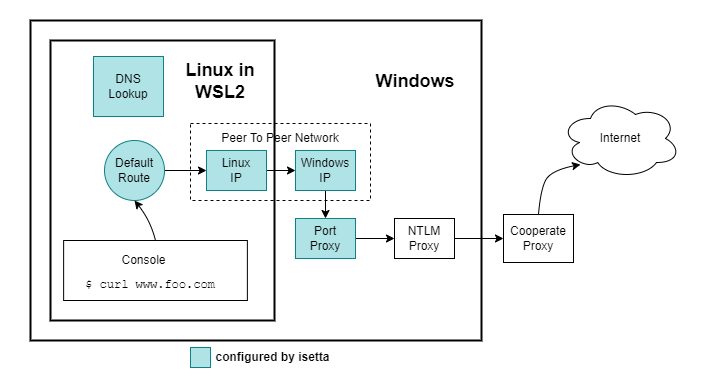
Above: doc/isetta-network-overview.png in samba2/isetta (draw.io), before the change. Source tidied: cells renumbered, new cells last; positions are measured from the earlier drawing's top-left corner, leaving out a move shared by most shapes.
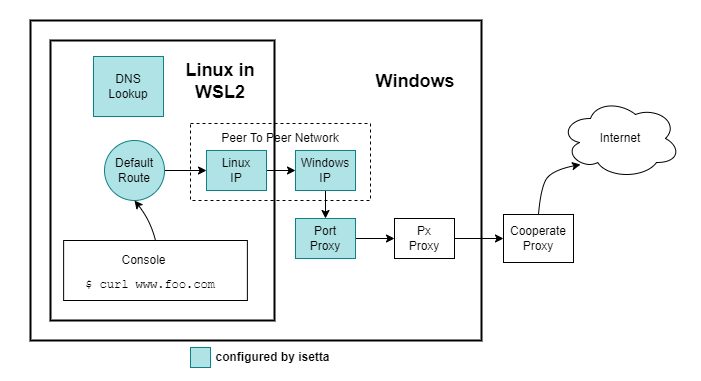
After the change.

What changed in the source:
```diff
@@ -26,7 +26,7 @@
     <mxCell id="9" style="edgeStyle=orthogonalEdgeStyle;rounded=0;jettySize=auto;html=1;entryX=0;entryY=0.5;entryDx=0;entryDy=0;" parent="1" edge="1" source="10" target="12">
       <mxGeometry relative="1" as="geometry" />
     </mxCell>
-    <mxCell id="10" value="NTLM&lt;br&gt;Proxy" style="rounded=0;whiteSpace=wrap;html=1;" parent="1" vertex="1">
+    <mxCell id="10" value="Px&lt;br&gt;Proxy" style="rounded=0;whiteSpace=wrap;html=1;" parent="1" vertex="1">
       <mxGeometry x="394" y="218" width="60" height="40" as="geometry" />
     </mxCell>
     <mxCell id="11" value="Internet" style="ellipse;shape=cloud;whiteSpace=wrap;html=1;" parent="1" vertex="1">
```
